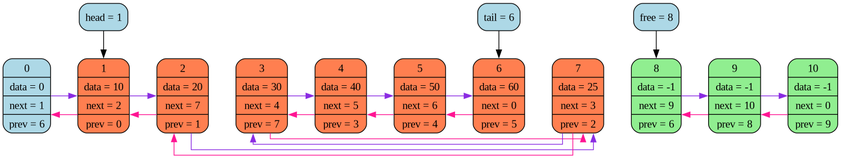
Above: dump/dump.png in ashqqy/Linked-list (Graphviz), before the change. Its source is kept beside it as dump/dump.dot.
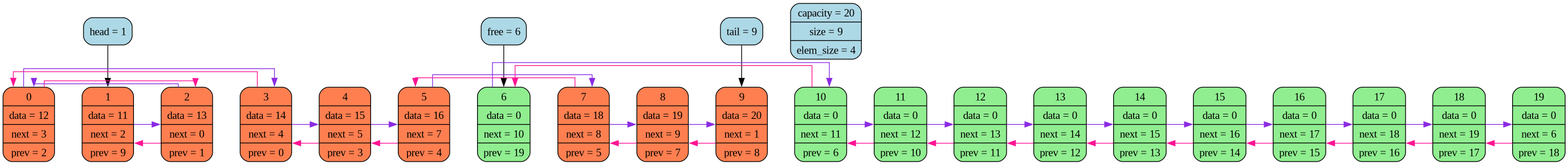
Later version of the same file.

Diff of the diagram source:
```diff
@@ -4,22 +4,32 @@
 nodesep=0.5;
 node[shape="record", style="rounded, filled"];
 
-free[label = "free = 8", style="rounded,filled", fillcolor = "lightblue"]
+free[label = "free = 6", style="rounded,filled", fillcolor = "lightblue"]
 head[label = "head = 1", style="rounded,filled", fillcolor = "lightblue"]
-tail[label = "tail = 6", style="rounded,filled", fillcolor = "lightblue"]
-0[label = "{ <i>0|<d>data = 0|<n>next = 1|<p>prev = 6 }", fillcolor ="lightblue"];
-1[label = "{ <i>1|<d>data = 10|<n>next = 2|<p>prev = 0 }", fillcolor = "coral"];
-2[label = "{ <i>2|<d>data = 20|<n>next = 7|<p>prev = 1 }", fillcolor = "coral"];
-3[label = "{ <i>3|<d>data = 30|<n>next = 4|<p>prev = 7 }", fillcolor = "coral"];
-4[label = "{ <i>4|<d>data = 40|<n>next = 5|<p>prev = 3 }", fillcolor = "coral"];
-5[label = "{ <i>5|<d>data = 50|<n>next = 6|<p>prev = 4 }", fillcolor = "coral"];
-6[label = "{ <i>6|<d>data = 60|<n>next = 0|<p>prev = 5 }", fillcolor = "coral"];
-7[label = "{ <i>7|<d>data = 25|<n>next = 3|<p>prev = 2 }", fillcolor = "coral"];
-8[label = "{ <i>8|<d>data = -1|<n>next = 9|<p>prev = 6 }", fillcolor = "coral"];
-9[label = "{ <i>9|<d>data = -1|<n>next = 10|<p>prev = 8 }", fillcolor = "coral"];
-10[label = "{ <i>10|<d>data = -1|<n>next = 0|<p>prev = 9 }", fillcolor = "coral"];
+tail[label = "tail = 9", style="rounded,filled", fillcolor = "lightblue"]
+title[label = "{ capacity = 20 | size = 9 | elem_size = 4 }", style="rounded,filled", fillcolor = "lightblue"];
+0[label = "{ <i>0|<d>data = 12|<n>next = 3|<p>prev = 2 }", fillcolor = "coral"];
+1[label = "{ <i>1|<d>data = 11|<n>next = 2|<p>prev = 9 }", fillcolor = "coral"];
+2[label = "{ <i>2|<d>data = 13|<n>next = 0|<p>prev = 1 }", fillcolor = "coral"];
+3[label = "{ <i>3|<d>data = 14|<n>next = 4|<p>prev = 0 }", fillcolor = "coral"];
+4[label = "{ <i>4|<d>data = 15|<n>next = 5|<p>prev = 3 }", fillcolor = "coral"];
+5[label = "{ <i>5|<d>data = 16|<n>next = 7|<p>prev = 4 }", fillcolor = "coral"];
+6[label = "{ <i>6|<d>data = 0|<n>next = 10|<p>prev = 19 }", fillcolor = "coral"];
+7[label = "{ <i>7|<d>data = 18|<n>next = 8|<p>prev = 5 }", fillcolor = "coral"];
+8[label = "{ <i>8|<d>data = 19|<n>next = 9|<p>prev = 7 }", fillcolor = "coral"];
+9[label = "{ <i>9|<d>data = 20|<n>next = 1|<p>prev = 8 }", fillcolor = "coral"];
+10[label = "{ <i>10|<d>data = 0|<n>next = 11|<p>prev = 6 }", fillcolor = "coral"];
+11[label = "{ <i>11|<d>data = 0|<n>next = 12|<p>prev = 10 }", fillcolor = "coral"];
+12[label = "{ <i>12|<d>data = 0|<n>next = 13|<p>prev = 11 }", fillcolor = "coral"];
+13[label = "{ <i>13|<d>data = 0|<n>next = 14|<p>prev = 12 }", fillcolor = "coral"];
+14[label = "{ <i>14|<d>data = 0|<n>next = 15|<p>prev = 13 }", fillcolor = "coral"];
+15[label = "{ <i>15|<d>data = 0|<n>next = 16|<p>prev = 14 }", fillcolor = "coral"];
+16[label = "{ <i>16|<d>data = 0|<n>next = 17|<p>prev = 15 }", fillcolor = "coral"];
+17[label = "{ <i>17|<d>data = 0|<n>next = 18|<p>prev = 16 }", fillcolor = "coral"];
+18[label = "{ <i>18|<d>data = 0|<n>next = 19|<p>prev = 17 }", fillcolor = "coral"];
+19[label = "{ <i>19|<d>data = 0|<n>next = 6|<p>prev = 18 }", fillcolor = "coral"];
 
-{ rank = same; 0; 1; 2; 3; 4; 5; 6; 7; 8; 9; 10; }
+{ rank = same; 0; 1; 2; 3; 4; 5; 6; 7; 8; 9; 10; 11; 12; 13; 14; 15; 16; 17; 18; 19; }
 0->1 [weight = 5000, style=invis];
 1->2 [weight = 5000, style=invis];
 2->3 [weight = 5000, style=invis];
@@ -30,31 +40,66 @@
 7->8 [weight = 5000, style=invis];
 8->9 [weight = 5000, style=invis];
 9->10 [weight = 5000, style=invis];
+10->11 [weight = 5000, style=invis];
+11->12 [weight = 5000, style=invis];
+12->13 [weight = 5000, style=invis];
+13->14 [weight = 5000, style=invis];
+14->15 [weight = 5000, style=invis];
+15->16 [weight = 5000, style=invis];
+16->17 [weight = 5000, style=invis];
+17->18 [weight = 5000, style=invis];
+18->19 [weight = 5000, style=invis];
 
-0->1 [weight = 0, color = blueviolet];
+0->3 [weight = 0, color = blueviolet];
 1->2 [weight = 0, color = blueviolet];
-2->7 [weight = 0, color = blueviolet];
+2->0 [weight = 0, color = blueviolet];
 3->4 [weight = 0, color = blueviolet];
 4->5 [weight = 0, color = blueviolet];
-5->6 [weight = 0, color = blueviolet];
-7->3 [weight = 0, color = blueviolet];
+5->7 [weight = 0, color = blueviolet];
+6->10 [weight = 0, color = blueviolet];
+7->8 [weight = 0, color = blueviolet];
 8->9 [weight = 0, color = blueviolet];
-9->10 [weight = 0, color = blueviolet];
+10->11 [weight = 0, color = blueviolet];
+11->12 [weight = 0, color = blueviolet];
+12->13 [weight = 0, color = blueviolet];
+13->14 [weight = 0, color = blueviolet];
+14->15 [weight = 0, color = blueviolet];
+15->16 [weight = 0, color = blueviolet];
+16->17 [weight = 0, color = blueviolet];
+17->18 [weight = 0, color = blueviolet];
+18->19 [weight = 0, color = blueviolet];
 
-10->9 [weight = 0, color = deeppink];
+19->18 [weight = 0, color = deeppink];
+18->17 [weight = 0, color = deeppink];
+17->16 [weight = 0, color = deeppink];
+16->15 [weight = 0, color = deeppink];
+15->14 [weight = 0, color = deeppink];
+14->13 [weight = 0, color = deeppink];
+13->12 [weight = 0, color = deeppink];
+12->11 [weight = 0, color = deeppink];
+11->10 [weight = 0, color = deeppink];
+10->6 [weight = 0, color = deeppink];
 9->8 [weight = 0, color = deeppink];
-3->7 [weight = 0, color = deeppink];
-6->5 [weight = 0, color = deeppink];
+8->7 [weight = 0, color = deeppink];
+7->5 [weight = 0, color = deeppink];
 5->4 [weight = 0, color = deeppink];
 4->3 [weight = 0, color = deeppink];
-7->2 [weight = 0, color = deeppink];
+3->0 [weight = 0, color = deeppink];
 2->1 [weight = 0, color = deeppink];
-1->0 [weight = 0, color = deeppink];
+0->2 [weight = 0, color = deeppink];
 
-free->8;
-8[fillcolor = "lightgreen"];
-9[fillcolor = "lightgreen"];
+free->6;
+6[fillcolor = "lightgreen"];
 10[fillcolor = "lightgreen"];
+11[fillcolor = "lightgreen"];
+12[fillcolor = "lightgreen"];
+13[fillcolor = "lightgreen"];
+14[fillcolor = "lightgreen"];
+15[fillcolor = "lightgreen"];
+16[fillcolor = "lightgreen"];
+17[fillcolor = "lightgreen"];
+18[fillcolor = "lightgreen"];
+19[fillcolor = "lightgreen"];
 head->1;
-tail->6;
+tail->9;
 }
```
